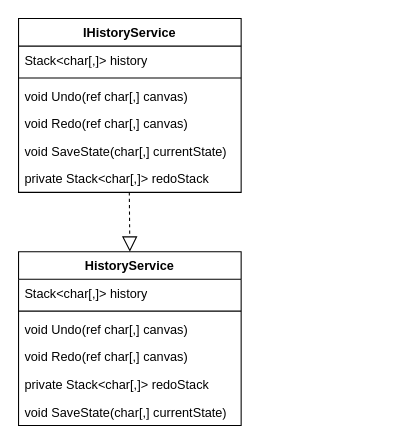
Above: shemas/HistoryService.drawio in panigirik/OOP (draw.io), before the change. Source tidied: cells renumbered, new cells numbered last; positions are measured from the earlier drawing's top-left corner, leaving out a move shared by most shapes. Both pictures are drawn from the tidied source at 106%, with x=0, y=0 at pixel (18, 18).
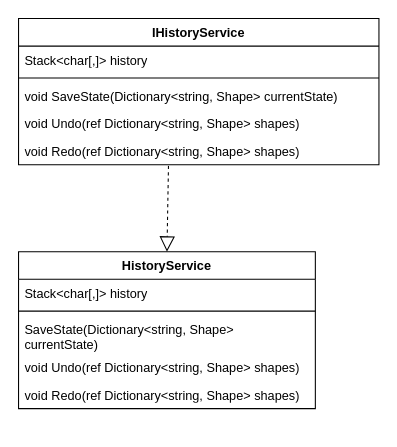
Above is the later version.

The edit, as a diff of the source:
```diff
@@
 <mxGraphModel>
   <root>
     <mxCell id="0" />
     <mxCell id="1" parent="0" />
     <mxCell id="2" value="HistoryService" style="swimlane;fontStyle=1;align=center;verticalAlign=top;horizontal=1;startSize=26;whiteSpace=wrap;html=1;" parent="1" vertex="1">
-      <mxGeometry y="220" width="210" height="164" as="geometry" />
+      <mxGeometry y="220" width="280" height="148" as="geometry" />
     </mxCell>
     <mxCell id="3" value="Stack&amp;lt;char[,]&amp;gt; history" style="text;strokeColor=none;fillColor=none;align=left;verticalAlign=top;spacingLeft=4;spacingRight=4;overflow=hidden;whiteSpace=wrap;html=1;" parent="2" vertex="1">
-      <mxGeometry y="26" width="210" height="26" as="geometry" />
+      <mxGeometry y="26" width="280" height="26" as="geometry" />
     </mxCell>
     <mxCell id="4" style="line;strokeWidth=1;fillColor=none;align=left;verticalAlign=middle;spacingTop=-1;spacingLeft=3;spacingRight=3;labelPosition=right;strokeColor=inherit;" parent="2" vertex="1">
-      <mxGeometry y="52" width="210" height="8" as="geometry" />
+      <mxGeometry y="52" width="280" height="8" as="geometry" />
     </mxCell>
-    <mxCell id="5" value="void Undo(ref char[,] canvas)" style="text;strokeColor=none;fillColor=none;align=left;verticalAlign=top;spacingLeft=4;spacingRight=4;overflow=hidden;whiteSpace=wrap;html=1;" parent="2" vertex="1">
-      <mxGeometry y="60" width="210" height="26" as="geometry" />
+    <mxCell id="5" value="SaveState(Dictionary&amp;lt;string, Shape&amp;gt; currentState)" style="text;strokeColor=none;fillColor=none;align=left;verticalAlign=top;spacingLeft=4;spacingRight=4;overflow=hidden;whiteSpace=wrap;html=1;" parent="2" vertex="1">
+      <mxGeometry y="60" width="280" height="36" as="geometry" />
     </mxCell>
-    <mxCell id="6" value="void Redo(ref char[,] canvas)" style="text;strokeColor=none;fillColor=none;align=left;verticalAlign=top;spacingLeft=4;spacingRight=4;overflow=hidden;whiteSpace=wrap;html=1;" parent="2" vertex="1">
-      <mxGeometry y="86" width="210" height="26" as="geometry" />
+    <mxCell id="6" value="void Undo(ref Dictionary&amp;lt;string, Shape&amp;gt; shapes)" style="text;strokeColor=none;fillColor=none;align=left;verticalAlign=top;spacingLeft=4;spacingRight=4;overflow=hidden;whiteSpace=wrap;html=1;" parent="2" vertex="1">
+      <mxGeometry y="96" width="280" height="26" as="geometry" />
     </mxCell>
-    <mxCell id="7" value="private Stack&amp;lt;char[,]&amp;gt; redoStack" style="text;strokeColor=none;fillColor=none;align=left;verticalAlign=top;spacingLeft=4;spacingRight=4;overflow=hidden;whiteSpace=wrap;html=1;" parent="2" vertex="1">
-      <mxGeometry y="112" width="210" height="26" as="geometry" />
+    <mxCell id="7" value="void Redo(ref Dictionary&amp;lt;string, Shape&amp;gt; shapes)" style="text;strokeColor=none;fillColor=none;align=left;verticalAlign=top;spacingLeft=4;spacingRight=4;overflow=hidden;whiteSpace=wrap;html=1;" parent="2" vertex="1">
+      <mxGeometry y="122" width="280" height="26" as="geometry" />
     </mxCell>
-    <mxCell id="8" value="void SaveState(char[,] currentState)" style="text;strokeColor=none;fillColor=none;align=left;verticalAlign=top;spacingLeft=4;spacingRight=4;overflow=hidden;whiteSpace=wrap;html=1;" parent="2" vertex="1">
-      <mxGeometry y="138" width="210" height="26" as="geometry" />
-    </mxCell>
     <mxCell id="9" value="IHistoryService" style="swimlane;fontStyle=1;align=center;verticalAlign=top;horizontal=1;startSize=26;whiteSpace=wrap;html=1;" parent="1" vertex="1">
-      <mxGeometry width="210" height="164" as="geometry" />
+      <mxGeometry width="340" height="138" as="geometry" />
     </mxCell>
     <mxCell id="10" value="Stack&amp;lt;char[,]&amp;gt; history" style="text;strokeColor=none;fillColor=none;align=left;verticalAlign=top;spacingLeft=4;spacingRight=4;overflow=hidden;whiteSpace=wrap;html=1;" parent="9" vertex="1">
-      <mxGeometry y="26" width="210" height="26" as="geometry" />
+      <mxGeometry y="26" width="340" height="26" as="geometry" />
     </mxCell>
     <mxCell id="11" style="line;strokeWidth=1;fillColor=none;align=left;verticalAlign=middle;spacingTop=-1;spacingLeft=3;spacingRight=3;labelPosition=right;strokeColor=inherit;" parent="9" vertex="1">
-      <mxGeometry y="52" width="210" height="8" as="geometry" />
+      <mxGeometry y="52" width="340" height="8" as="geometry" />
     </mxCell>
-    <mxCell id="12" value="void Undo(ref char[,] canvas)" style="text;strokeColor=none;fillColor=none;align=left;verticalAlign=top;spacingLeft=4;spacingRight=4;overflow=hidden;whiteSpace=wrap;html=1;" parent="9" vertex="1">
-      <mxGeometry y="60" width="210" height="26" as="geometry" />
+    <mxCell id="12" value="void SaveState(Dictionary&amp;lt;string, Shape&amp;gt; currentState)" style="text;strokeColor=none;fillColor=none;align=left;verticalAlign=top;spacingLeft=4;spacingRight=4;overflow=hidden;whiteSpace=wrap;html=1;" parent="9" vertex="1">
+      <mxGeometry y="60" width="340" height="26" as="geometry" />
     </mxCell>
-    <mxCell id="13" value="void Redo(ref char[,] canvas)" style="text;strokeColor=none;fillColor=none;align=left;verticalAlign=top;spacingLeft=4;spacingRight=4;overflow=hidden;whiteSpace=wrap;html=1;" parent="9" vertex="1">
-      <mxGeometry y="86" width="210" height="26" as="geometry" />
+    <mxCell id="13" value="void Undo(ref Dictionary&amp;lt;string, Shape&amp;gt; shapes)" style="text;strokeColor=none;fillColor=none;align=left;verticalAlign=top;spacingLeft=4;spacingRight=4;overflow=hidden;whiteSpace=wrap;html=1;" parent="9" vertex="1">
+      <mxGeometry y="86" width="340" height="26" as="geometry" />
     </mxCell>
-    <mxCell id="14" value="void SaveState(char[,] currentState)" style="text;strokeColor=none;fillColor=none;align=left;verticalAlign=top;spacingLeft=4;spacingRight=4;overflow=hidden;points=[[0,0.5],[1,0.5]];portConstraint=eastwest;whiteSpace=wrap;html=1;" parent="9" vertex="1">
-      <mxGeometry y="112" width="210" height="26" as="geometry" />
+    <mxCell id="14" value="void Redo(ref Dictionary&amp;lt;string, Shape&amp;gt; shapes)" style="text;strokeColor=none;fillColor=none;align=left;verticalAlign=top;spacingLeft=4;spacingRight=4;overflow=hidden;points=[[0,0.5],[1,0.5]];portConstraint=eastwest;whiteSpace=wrap;html=1;" parent="9" vertex="1">
+      <mxGeometry y="112" width="340" height="26" as="geometry" />
     </mxCell>
-    <mxCell id="15" value="private Stack&amp;lt;char[,]&amp;gt; redoStack" style="text;strokeColor=none;fillColor=none;align=left;verticalAlign=top;spacingLeft=4;spacingRight=4;overflow=hidden;whiteSpace=wrap;html=1;" parent="9" vertex="1">
-      <mxGeometry y="138" width="210" height="26" as="geometry" />
-    </mxCell>
-    <mxCell id="16" style="endArrow=block;dashed=1;endFill=0;endSize=12;html=1;rounded=0;entryX=0.5;entryY=0;entryDx=0;entryDy=0;" parent="1" edge="1" target="2">
-      <mxGeometry relative="1" as="geometry">
-        <mxPoint x="104.5" y="164" as="sourcePoint" />
-      </mxGeometry>
+    <mxCell id="16" style="endArrow=block;dashed=1;endFill=0;endSize=12;html=1;rounded=0;entryX=0.5;entryY=0;entryDx=0;entryDy=0;exitX=0.416;exitY=1.038;exitDx=0;exitDy=0;exitPerimeter=0;" parent="1" edge="1" source="14" target="2">
+      <mxGeometry relative="1" as="geometry" />
     </mxCell>
   </root>
 </mxGraphModel>
```
